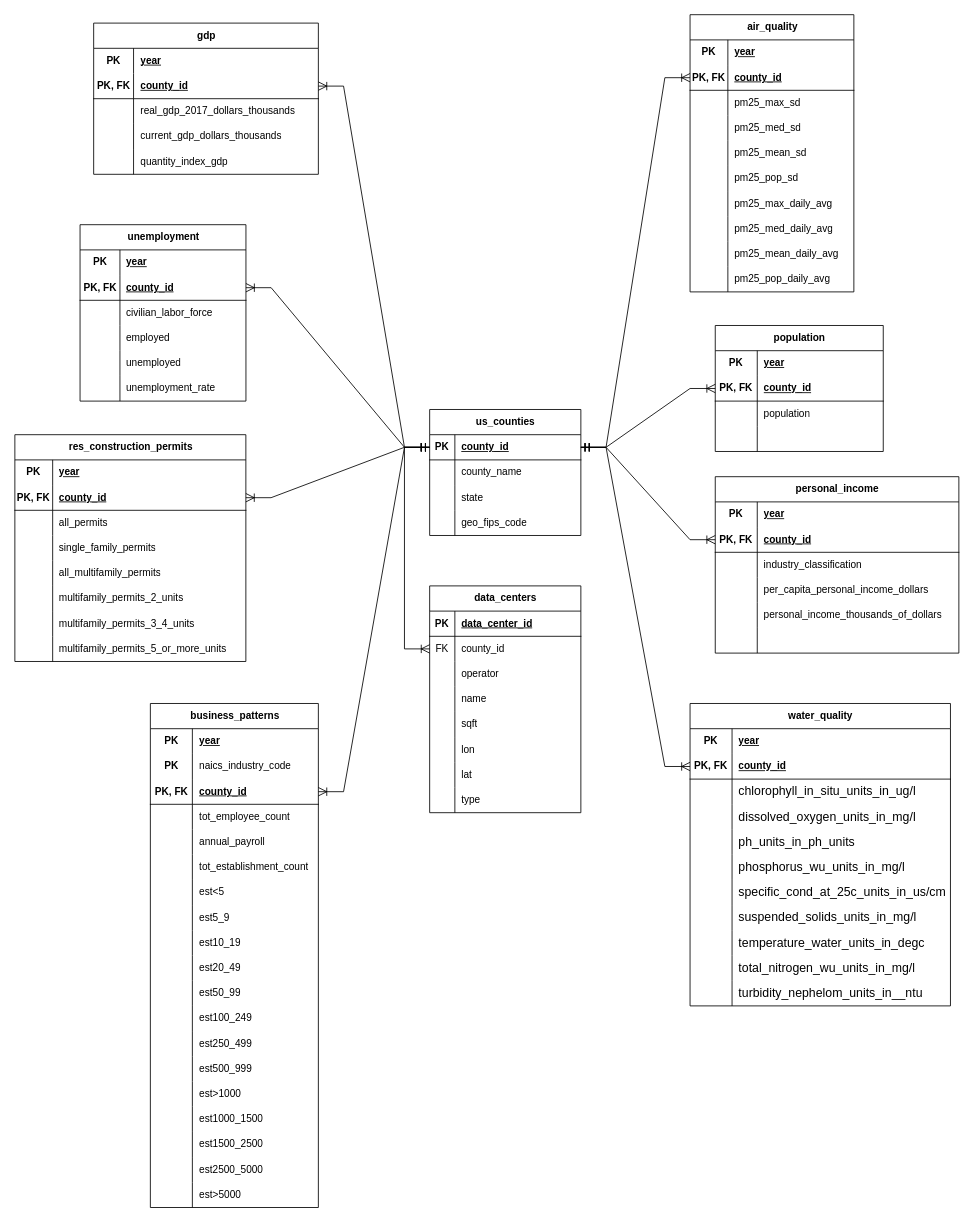
This is db_documentation/capstone_db_erd.drawio from LoganRosell/local-economic-impact-of-data-centers-workbook, a draw.io file, before an edit. Source tidied: cells renumbered, new cells numbered last; positions are measured from the earlier drawing's top-left corner, leaving out a move shared by most shapes. Both pictures are drawn from the tidied source at 84%, with x=0, y=0 at pixel (14, 14).
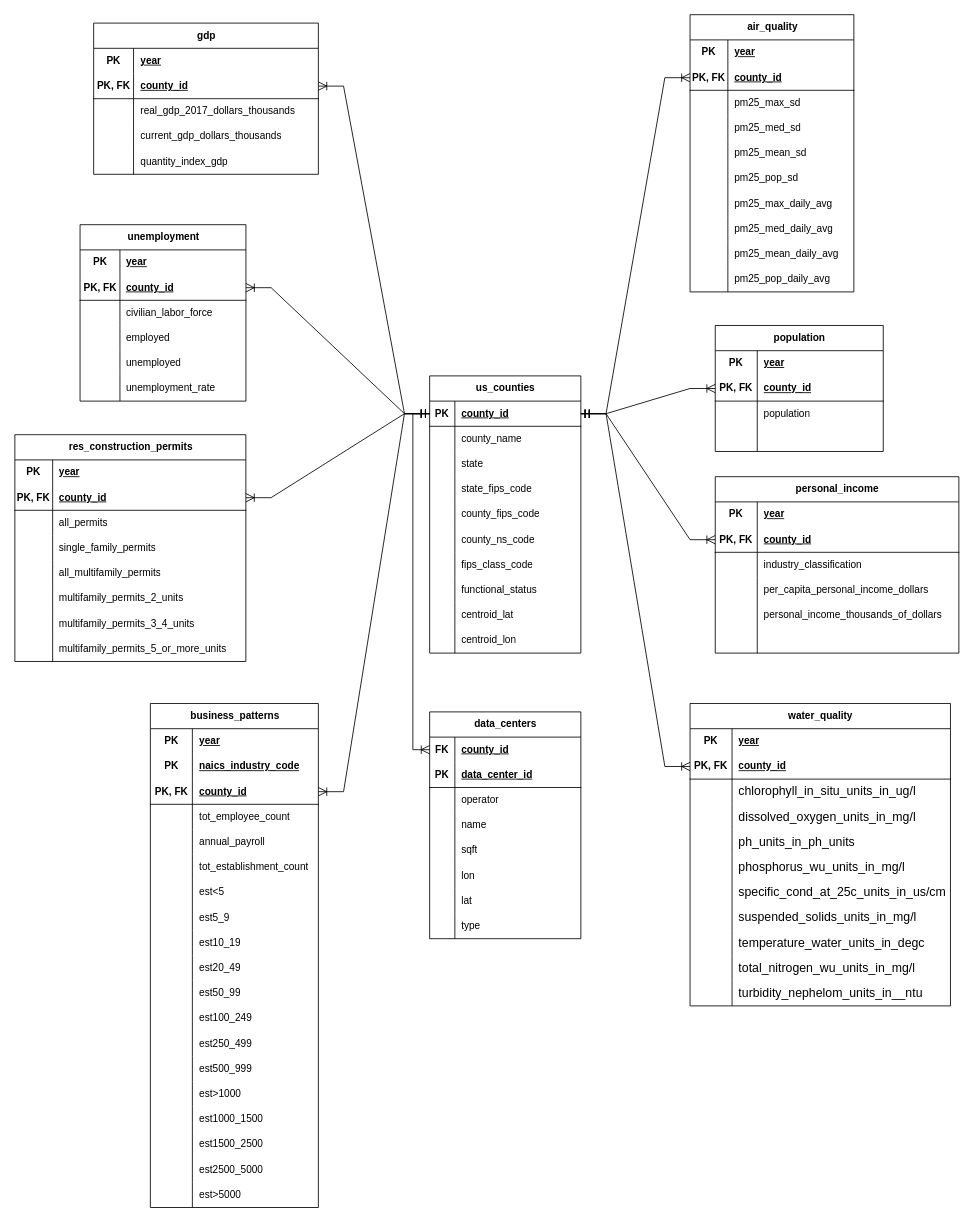
The same diagram, later.

Commit message:
chore: update to ERD, columns added to counties tbl

The change refers to these unchanged cells:
```xml
<mxCell id="3" style="shape=tableRow;horizontal=0;startSize=0;swimlaneHead=0;swimlaneBody=0;fillColor=none;points=[[0,0.5],[1,0.5]];portConstraint=eastwest;top=0;left=0;right=0;bottom=1;" parent="2" vertex="1">
  <mxGeometry y="30" width="180" height="30" as="geometry" />
</mxCell>
<mxCell id="12" style="shape=tableRow;horizontal=0;startSize=0;swimlaneHead=0;swimlaneBody=0;fillColor=none;top=0;left=0;right=0;bottom=0;" parent="2" vertex="1">
  <mxGeometry y="120" width="180" height="30" as="geometry" />
</mxCell>
<mxCell id="209" style="shape=tableRow;horizontal=0;startSize=0;swimlaneHead=0;swimlaneBody=0;fillColor=none;top=0;left=0;right=0;bottom=0;" parent="205" vertex="1">
  <mxGeometry y="60" width="200" height="30" as="geometry" />
</mxCell>
```

Diff of the diagram source:
```diff
@@
     <mxCell id="2" value="us_counties" style="shape=table;startSize=30;childLayout=tableLayout;rowLines=0;fontStyle=1;align=center;html=1;" parent="1" vertex="1">
-      <mxGeometry x="494" y="470" width="180" height="150" as="geometry" />
+      <mxGeometry x="494" y="430" width="180" height="330" as="geometry" />
     </mxCell>
@@
-    <mxCell id="14" value="geo_fips_code" style="shape=partialRectangle;fillColor=none;top=0;left=0;bottom=0;right=0;align=left;spacingLeft=6;overflow=hidden;whiteSpace=wrap;html=1;" parent="12" vertex="1">
+    <mxCell id="14" value="state_fips_code" style="shape=partialRectangle;fillColor=none;top=0;left=0;bottom=0;right=0;align=left;spacingLeft=6;overflow=hidden;whiteSpace=wrap;html=1;" parent="12" vertex="1">
       <mxGeometry x="30" width="150" height="30" as="geometry" />
     </mxCell>
+    <mxCell id="264" style="shape=tableRow;horizontal=0;startSize=0;swimlaneHead=0;swimlaneBody=0;fillColor=none;top=0;left=0;right=0;bottom=0;" parent="2" vertex="1">
+      <mxGeometry y="150" width="180" height="30" as="geometry" />
+    </mxCell>
+    <mxCell id="265" style="shape=partialRectangle;fillColor=none;top=0;left=0;bottom=0;right=0;overflow=hidden;whiteSpace=wrap;html=1;" parent="264" vertex="1">
+      <mxGeometry width="30" height="30" as="geometry" />
+    </mxCell>
+    <mxCell id="266" value="county_fips_code" style="shape=partialRectangle;fillColor=none;top=0;left=0;bottom=0;right=0;align=left;spacingLeft=6;overflow=hidden;whiteSpace=wrap;html=1;" parent="264" vertex="1">
+      <mxGeometry x="30" width="150" height="30" as="geometry" />
+    </mxCell>
+    <mxCell id="267" style="shape=tableRow;horizontal=0;startSize=0;swimlaneHead=0;swimlaneBody=0;fillColor=none;top=0;left=0;right=0;bottom=0;" parent="2" vertex="1">
+      <mxGeometry y="180" width="180" height="30" as="geometry" />
+    </mxCell>
+    <mxCell id="268" style="shape=partialRectangle;fillColor=none;top=0;left=0;bottom=0;right=0;overflow=hidden;whiteSpace=wrap;html=1;" parent="267" vertex="1">
+      <mxGeometry width="30" height="30" as="geometry" />
+    </mxCell>
+    <mxCell id="269" value="county_ns_code" style="shape=partialRectangle;fillColor=none;top=0;left=0;bottom=0;right=0;align=left;spacingLeft=6;overflow=hidden;whiteSpace=wrap;html=1;" parent="267" vertex="1">
+      <mxGeometry x="30" width="150" height="30" as="geometry" />
+    </mxCell>
+    <mxCell id="270" style="shape=tableRow;horizontal=0;startSize=0;swimlaneHead=0;swimlaneBody=0;fillColor=none;top=0;left=0;right=0;bottom=0;" parent="2" vertex="1">
+      <mxGeometry y="210" width="180" height="30" as="geometry" />
+    </mxCell>
+    <mxCell id="271" style="shape=partialRectangle;fillColor=none;top=0;left=0;bottom=0;right=0;overflow=hidden;whiteSpace=wrap;html=1;" parent="270" vertex="1">
+      <mxGeometry width="30" height="30" as="geometry" />
+    </mxCell>
+    <mxCell id="272" value="fips_class_code" style="shape=partialRectangle;fillColor=none;top=0;left=0;bottom=0;right=0;align=left;spacingLeft=6;overflow=hidden;whiteSpace=wrap;html=1;" parent="270" vertex="1">
+      <mxGeometry x="30" width="150" height="30" as="geometry" />
+    </mxCell>
+    <mxCell id="273" style="shape=tableRow;horizontal=0;startSize=0;swimlaneHead=0;swimlaneBody=0;fillColor=none;top=0;left=0;right=0;bottom=0;" parent="2" vertex="1">
+      <mxGeometry y="240" width="180" height="30" as="geometry" />
+    </mxCell>
+    <mxCell id="274" style="shape=partialRectangle;fillColor=none;top=0;left=0;bottom=0;right=0;overflow=hidden;whiteSpace=wrap;html=1;" parent="273" vertex="1">
+      <mxGeometry width="30" height="30" as="geometry" />
+    </mxCell>
+    <mxCell id="275" value="functional_status" style="shape=partialRectangle;fillColor=none;top=0;left=0;bottom=0;right=0;align=left;spacingLeft=6;overflow=hidden;whiteSpace=wrap;html=1;" parent="273" vertex="1">
+      <mxGeometry x="30" width="150" height="30" as="geometry" />
+    </mxCell>
+    <mxCell id="276" style="shape=tableRow;horizontal=0;startSize=0;swimlaneHead=0;swimlaneBody=0;fillColor=none;top=0;left=0;right=0;bottom=0;" parent="2" vertex="1">
+      <mxGeometry y="270" width="180" height="30" as="geometry" />
+    </mxCell>
+    <mxCell id="277" style="shape=partialRectangle;fillColor=none;top=0;left=0;bottom=0;right=0;overflow=hidden;whiteSpace=wrap;html=1;" parent="276" vertex="1">
+      <mxGeometry width="30" height="30" as="geometry" />
+    </mxCell>
+    <mxCell id="278" value="centroid_lat" style="shape=partialRectangle;fillColor=none;top=0;left=0;bottom=0;right=0;align=left;spacingLeft=6;overflow=hidden;whiteSpace=wrap;html=1;" parent="276" vertex="1">
+      <mxGeometry x="30" width="150" height="30" as="geometry" />
+    </mxCell>
+    <mxCell id="279" style="shape=tableRow;horizontal=0;startSize=0;swimlaneHead=0;swimlaneBody=0;fillColor=none;top=0;left=0;right=0;bottom=0;" parent="2" vertex="1">
+      <mxGeometry y="300" width="180" height="30" as="geometry" />
+    </mxCell>
+    <mxCell id="280" style="shape=partialRectangle;fillColor=none;top=0;left=0;bottom=0;right=0;overflow=hidden;whiteSpace=wrap;html=1;" parent="279" vertex="1">
+      <mxGeometry width="30" height="30" as="geometry" />
+    </mxCell>
+    <mxCell id="281" value="centroid_lon" style="shape=partialRectangle;fillColor=none;top=0;left=0;bottom=0;right=0;align=left;spacingLeft=6;overflow=hidden;whiteSpace=wrap;html=1;" parent="279" vertex="1">
+      <mxGeometry x="30" width="150" height="30" as="geometry" />
+    </mxCell>
@@
     <mxCell id="179" value="data_centers" style="shape=table;startSize=30;childLayout=tableLayout;rowLines=0;fontStyle=1;align=center;html=1;" parent="1" vertex="1">
-      <mxGeometry x="494" y="680" width="180" height="270" as="geometry" />
+      <mxGeometry x="494" y="830" width="180" height="270" as="geometry" />
     </mxCell>
+    <mxCell id="183" style="shape=tableRow;horizontal=0;startSize=0;swimlaneHead=0;swimlaneBody=0;fillColor=none;points=[[0,0.5],[1,0.5]];portConstraint=eastwest;top=0;left=0;right=0;bottom=0;" parent="179" vertex="1">
+      <mxGeometry y="30" width="180" height="30" as="geometry" />
+    </mxCell>
+    <mxCell id="184" value="&lt;b&gt;FK&lt;/b&gt;" style="shape=partialRectangle;fillColor=none;top=0;left=0;bottom=0;right=0;overflow=hidden;whiteSpace=wrap;html=1;" parent="183" vertex="1">
+      <mxGeometry width="30" height="30" as="geometry" />
+    </mxCell>
+    <mxCell id="185" value="&lt;b&gt;&lt;u&gt;county_id&lt;/u&gt;&lt;/b&gt;" style="shape=partialRectangle;fillColor=none;top=0;left=0;bottom=0;right=0;align=left;spacingLeft=6;overflow=hidden;whiteSpace=wrap;html=1;" parent="183" vertex="1">
+      <mxGeometry x="30" width="150" height="30" as="geometry" />
+    </mxCell>
     <mxCell id="180" style="shape=tableRow;horizontal=0;startSize=0;swimlaneHead=0;swimlaneBody=0;fillColor=none;top=0;left=0;right=0;bottom=1;" parent="179" vertex="1">
-      <mxGeometry y="30" width="180" height="30" as="geometry" />
+      <mxGeometry y="60" width="180" height="30" as="geometry" />
     </mxCell>
@@
-    <mxCell id="183" style="shape=tableRow;horizontal=0;startSize=0;swimlaneHead=0;swimlaneBody=0;fillColor=none;points=[[0,0.5],[1,0.5]];portConstraint=eastwest;top=0;left=0;right=0;bottom=0;" parent="179" vertex="1">
-      <mxGeometry y="60" width="180" height="30" as="geometry" />
-    </mxCell>
-    <mxCell id="184" value="FK" style="shape=partialRectangle;fillColor=none;top=0;left=0;bottom=0;right=0;overflow=hidden;whiteSpace=wrap;html=1;" parent="183" vertex="1">
-      <mxGeometry width="30" height="30" as="geometry" />
-    </mxCell>
-    <mxCell id="185" value="county_id" style="shape=partialRectangle;fillColor=none;top=0;left=0;bottom=0;right=0;align=left;spacingLeft=6;overflow=hidden;whiteSpace=wrap;html=1;" parent="183" vertex="1">
-      <mxGeometry x="30" width="150" height="30" as="geometry" />
-    </mxCell>
@@
     <mxCell id="204" style="edgeStyle=orthogonalEdgeStyle;fontSize=12;html=1;endArrow=ERoneToMany;startArrow=ERmandOne;rounded=0;startSize=8;endSize=8;exitX=0;exitY=0.5;exitDx=0;exitDy=0;entryX=0;entryY=0.5;entryDx=0;entryDy=0;curved=0;" parent="1" edge="1" source="3" target="183">
       <mxGeometry relative="1" as="geometry">
         <Array as="points">
-          <mxPoint x="464" y="515" />
-          <mxPoint x="464" y="755" />
+          <mxPoint x="474" y="475" />
+          <mxPoint x="474" y="875" />
         </Array>
       </mxGeometry>
     </mxCell>
@@
-    <mxCell id="211" value="naics_industry_code" style="shape=partialRectangle;fillColor=none;top=0;left=0;bottom=0;right=0;align=left;spacingLeft=6;overflow=hidden;whiteSpace=wrap;html=1;" parent="209" vertex="1">
+    <mxCell id="211" value="&lt;b&gt;&lt;u&gt;naics_industry_code&lt;/u&gt;&lt;/b&gt;" style="shape=partialRectangle;fillColor=none;top=0;left=0;bottom=0;right=0;align=left;spacingLeft=6;overflow=hidden;whiteSpace=wrap;html=1;" parent="209" vertex="1">
       <mxGeometry x="50" width="150" height="30" as="geometry" />
     </mxCell>
```
